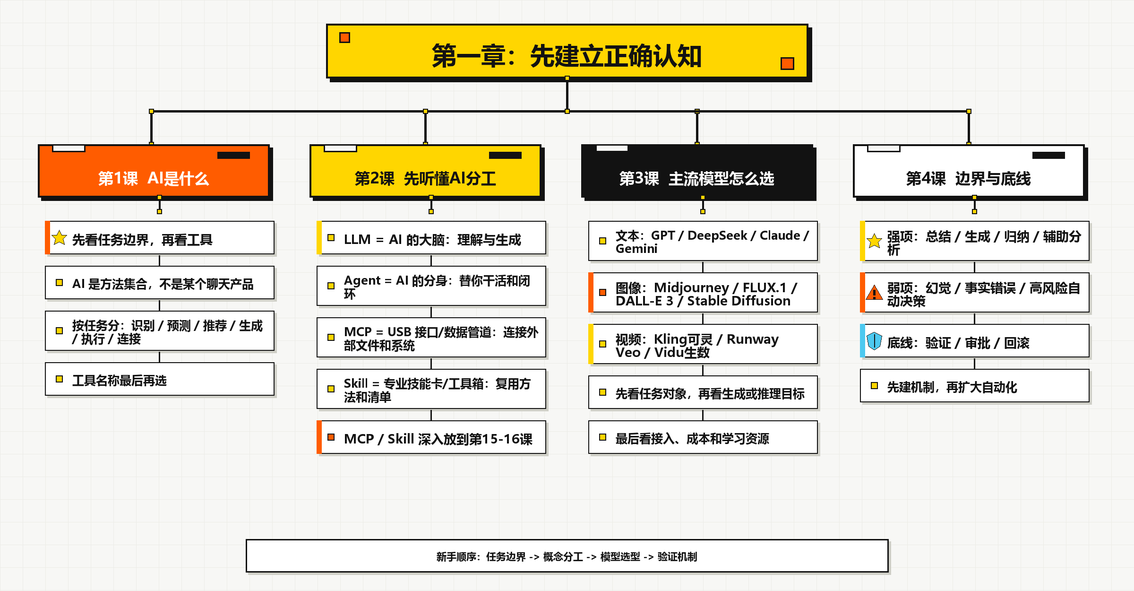
Above: chapter-01-cognition-mindmap.png in locooooooooo/ai-beginner-course (Mermaid), before the change. Its source is kept beside it as chapter-01-cognition-mindmap.mmd.
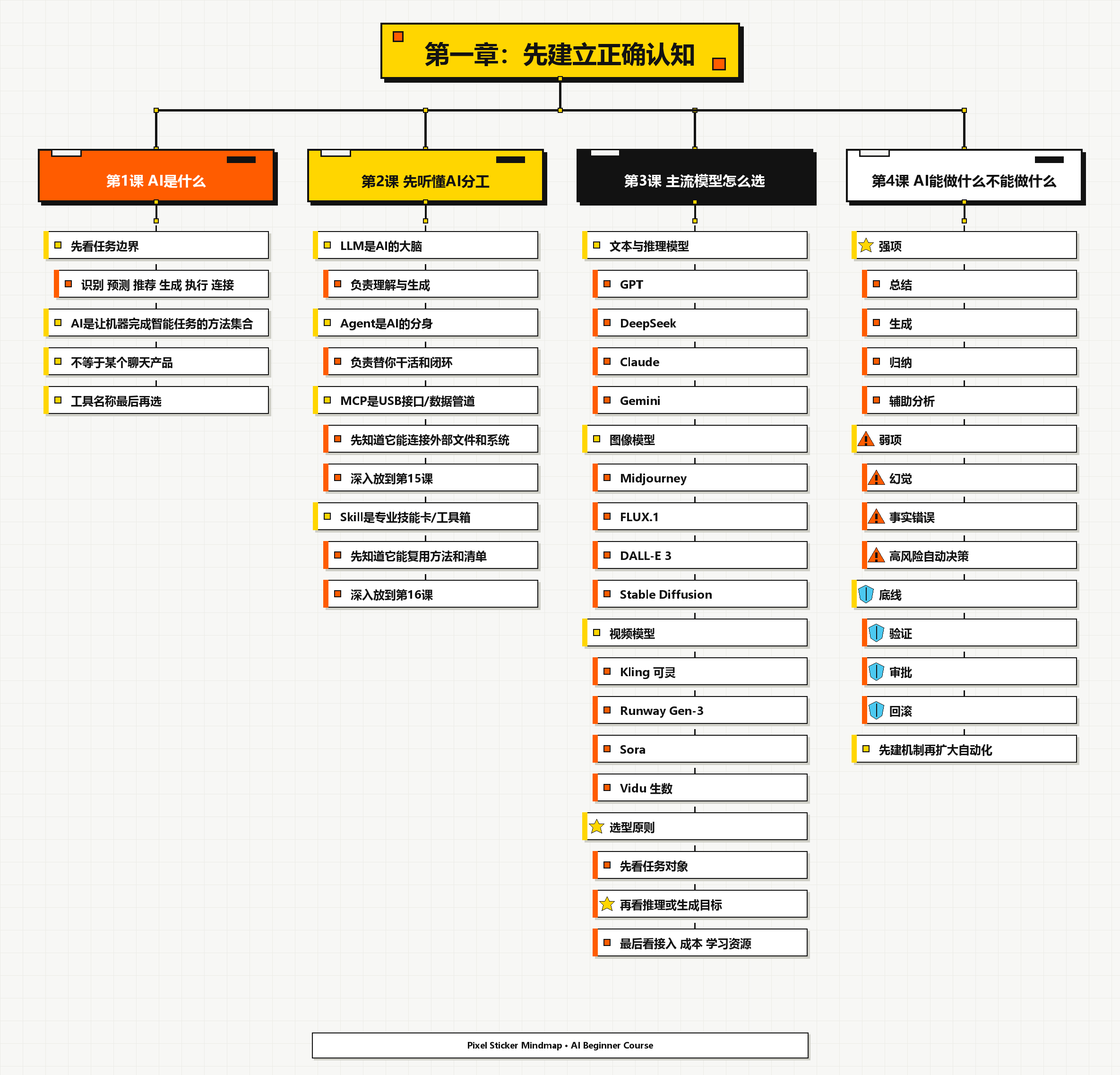
After the change.

What changed in the source:
```diff
@@ -30,8 +30,8 @@
         Stable Diffusion
       视频模型
         Kling 可灵
-        Runway
-        Veo
+        Runway Gen-3
+        Sora
         Vidu 生数
       选型原则
         先看任务对象
```
